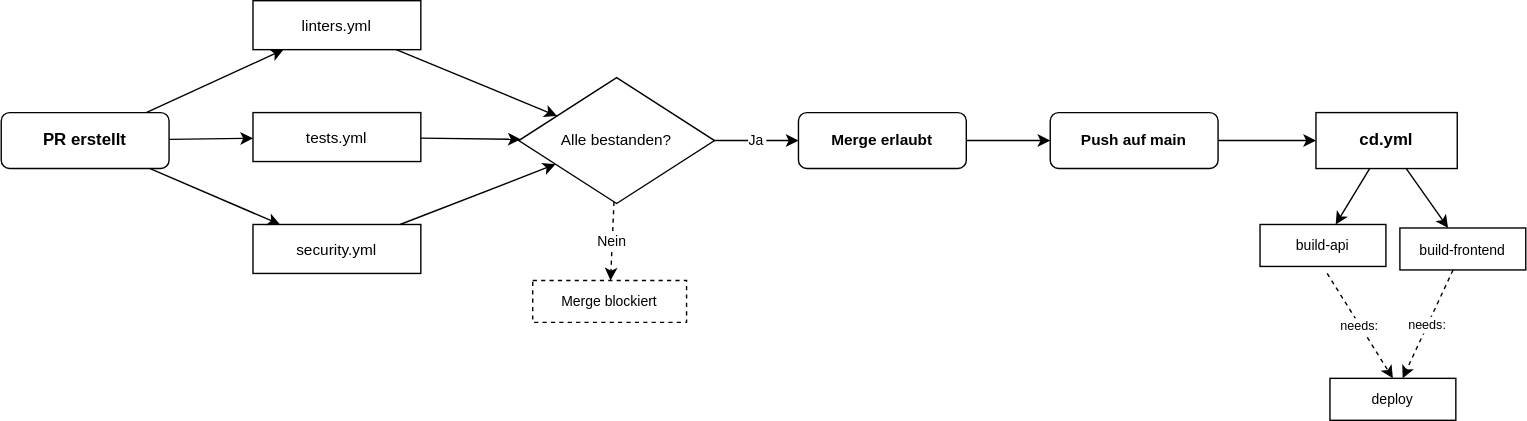
The draw.io diagram docs/demonstrator/diagrams/branch_protection.svg in DevOps-Demonstrator/Demonstrator, before a commit. Source tidied: cells renumbered, new cells last; positions are measured from the earlier drawing's top-left corner, leaving out a move shared by most shapes.
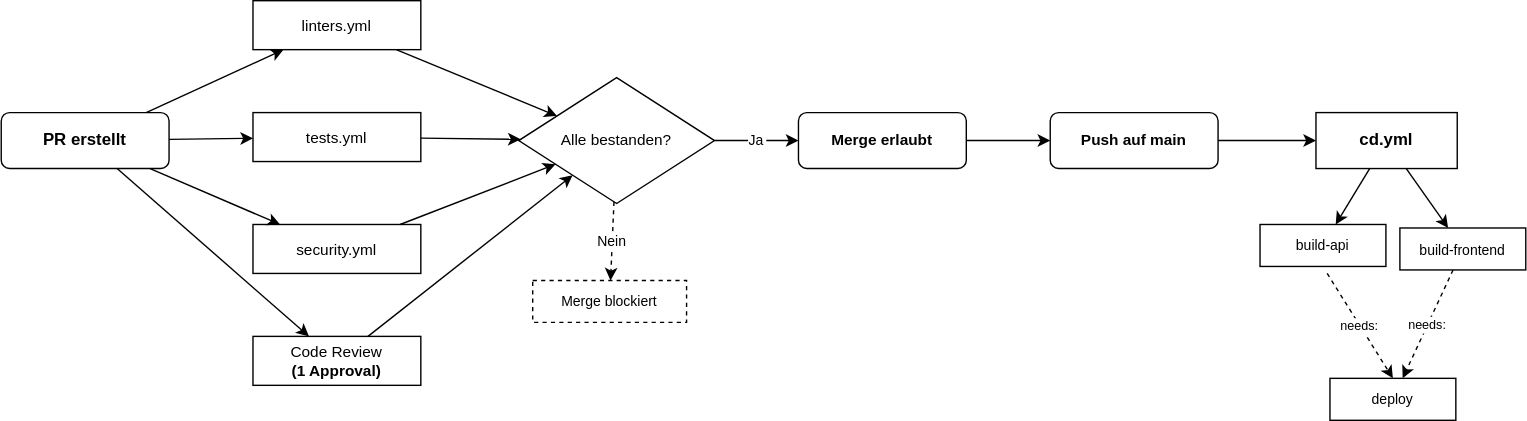
The same file after the commit.

Diff of the diagram source:
```diff
@@ -14,6 +14,9 @@
     <mxCell id="5" value="security.yml" style="rounded=0;whiteSpace=wrap;html=1;fillColor=#FFFFFF;strokeColor=#000000;fontColor=#000000;fontSize=11;" parent="1" vertex="1">
       <mxGeometry x="180" y="160" width="120" height="35" as="geometry" />
     </mxCell>
+    <mxCell id="28" value="Code Review&lt;br&gt;&lt;div&gt;&lt;b&gt;(1 Approval)&lt;/b&gt;&lt;/div&gt;" style="rounded=0;whiteSpace=wrap;html=1;fillColor=#FFFFFF;strokeColor=#000000;fontColor=#000000;fontSize=11;" parent="1" vertex="1">
+      <mxGeometry x="180" y="240" width="120" height="35" as="geometry" />
+    </mxCell>
     <mxCell id="6" value="Alle bestanden?" style="rhombus;whiteSpace=wrap;html=1;fillColor=#FFFFFF;strokeColor=#000000;fontColor=#000000;fontSize=11;" parent="1" vertex="1">
       <mxGeometry x="370" y="55" width="140" height="90" as="geometry" />
     </mxCell>
@@ -47,6 +50,9 @@
     <mxCell id="16" style="strokeColor=#000000;" parent="1" edge="1" source="2" target="5">
       <mxGeometry relative="1" as="geometry" />
     </mxCell>
+    <mxCell id="29" style="strokeColor=#000000;" parent="1" edge="1" source="2" target="28">
+      <mxGeometry relative="1" as="geometry" />
+    </mxCell>
     <mxCell id="17" style="strokeColor=#000000;" parent="1" edge="1" source="3" target="6">
       <mxGeometry relative="1" as="geometry" />
     </mxCell>
@@ -56,6 +62,9 @@
     <mxCell id="19" style="strokeColor=#000000;" parent="1" edge="1" source="5" target="6">
       <mxGeometry relative="1" as="geometry" />
     </mxCell>
+    <mxCell id="30" style="strokeColor=#000000;" parent="1" edge="1" source="28" target="6">
+      <mxGeometry relative="1" as="geometry" />
+    </mxCell>
     <mxCell id="20" value="Ja" style="strokeColor=#000000;fontColor=#000000;fontSize=10;" parent="1" edge="1" source="6" target="7">
       <mxGeometry relative="1" as="geometry" />
     </mxCell>
```
